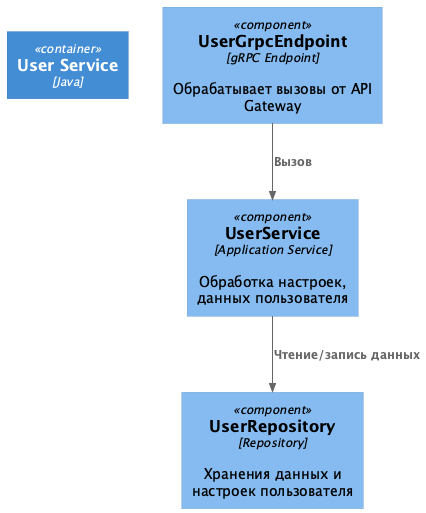
Before: diagrams/component/UserService_Component.png, a diagram exported from PlantUML (vladislavego/architecture-warmhouse).
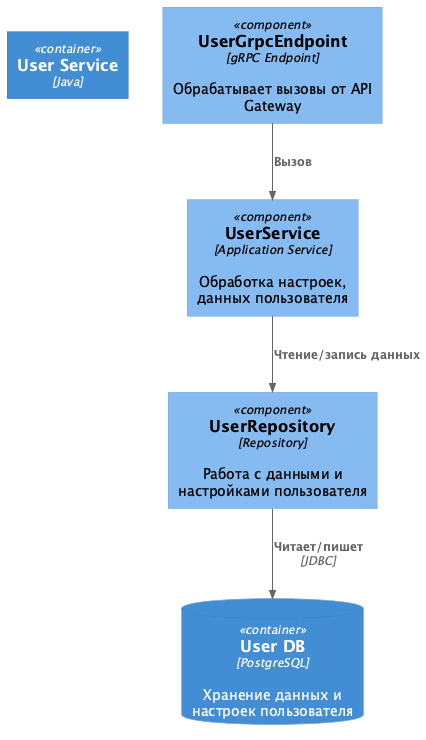
After the change.

The edit, as a diff of the source:
```diff
@@ -5,9 +5,11 @@
 
 Component(api, "UserGrpcEndpoint", "gRPC Endpoint", "Обрабатывает вызовы от API Gateway")
 Component(service, "UserService", "Application Service", "Обработка настроек, данных пользователя")
-Component(repo, "UserRepository", "Repository", "Хранения данных и настроек пользователя")
+Component(repo, "UserRepository", "Repository", "Работа с данными и настройками пользователя")
+ContainerDb(userDb, "User DB", "PostgreSQL", "Хранение данных и настроек пользователя")
 
 Rel(api, service, "Вызов")
 Rel(service, repo, "Чтение/запись данных")
+Rel(repo, userDb, "Читает/пишет", "JDBC")
 
 @enduml
```
